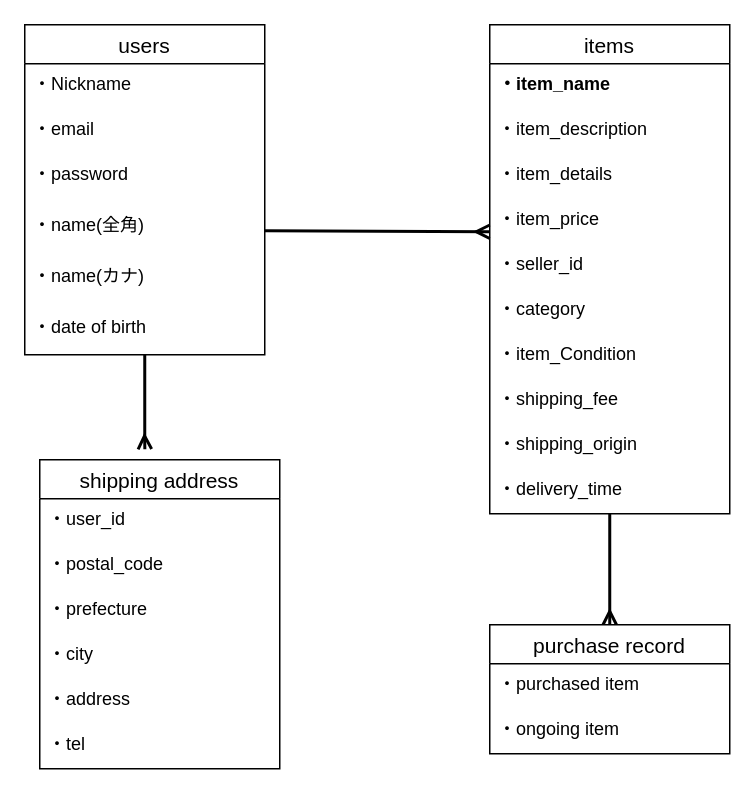
popoak/furima-39566 keeps this draw.io diagram as ER図.dio. Above is the earlier version. Source tidied: cells renumbered, new cells numbered last; positions are measured from the earlier drawing's top-left corner, leaving out a move shared by most shapes. Both pictures are drawn from the tidied source at 150%, with x=0, y=0 at pixel (24, 24).
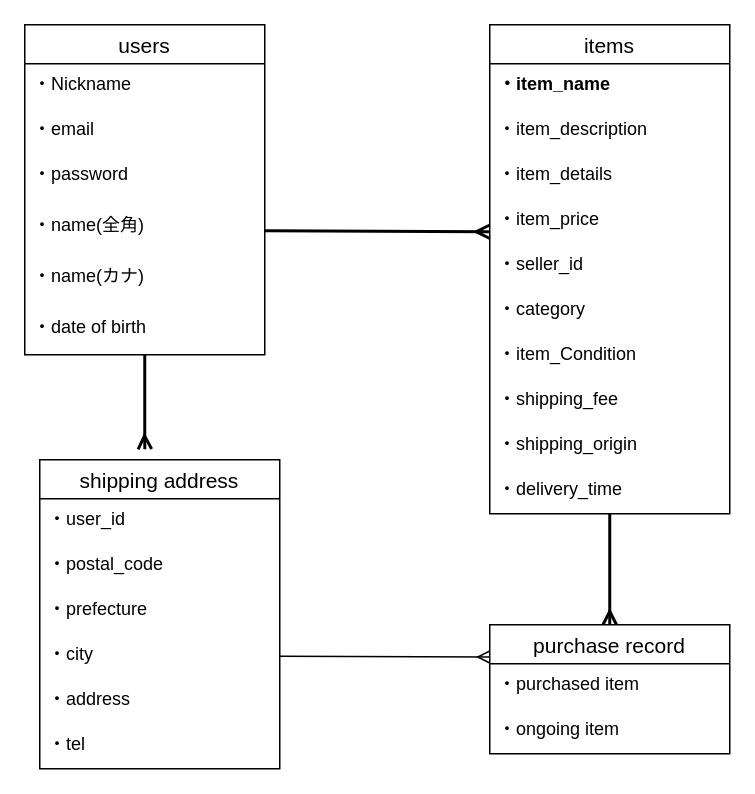
The same page after the edit.

The change refers to these unchanged cells:
```xml
<mxCell id="21" value="purchase record" style="swimlane;fontStyle=0;horizontal=1;startSize=26;align=center;fontSize=14;" parent="1" vertex="1">
  <mxGeometry x="310" y="400" width="160" height="86" as="geometry" />
</mxCell>
<mxCell id="28" value="・city" style="text;strokeColor=none;fillColor=none;spacingLeft=4;spacingRight=4;overflow=hidden;points=[[0,0.5],[1,0.5]];portConstraint=eastwest;fontSize=12;" parent="24" vertex="1">
  <mxGeometry y="116" width="160" height="30" as="geometry" />
</mxCell>
```

What changed in the source:
```diff
@@
+    <mxCell id="33" style="edgeStyle=none;html=1;exitX=1;exitY=0.5;exitDx=0;exitDy=0;entryX=0;entryY=0.25;entryDx=0;entryDy=0;endArrow=ERmany;endFill=0;" parent="1" edge="1" source="28" target="21">
+      <mxGeometry relative="1" as="geometry" />
+    </mxCell>
```
